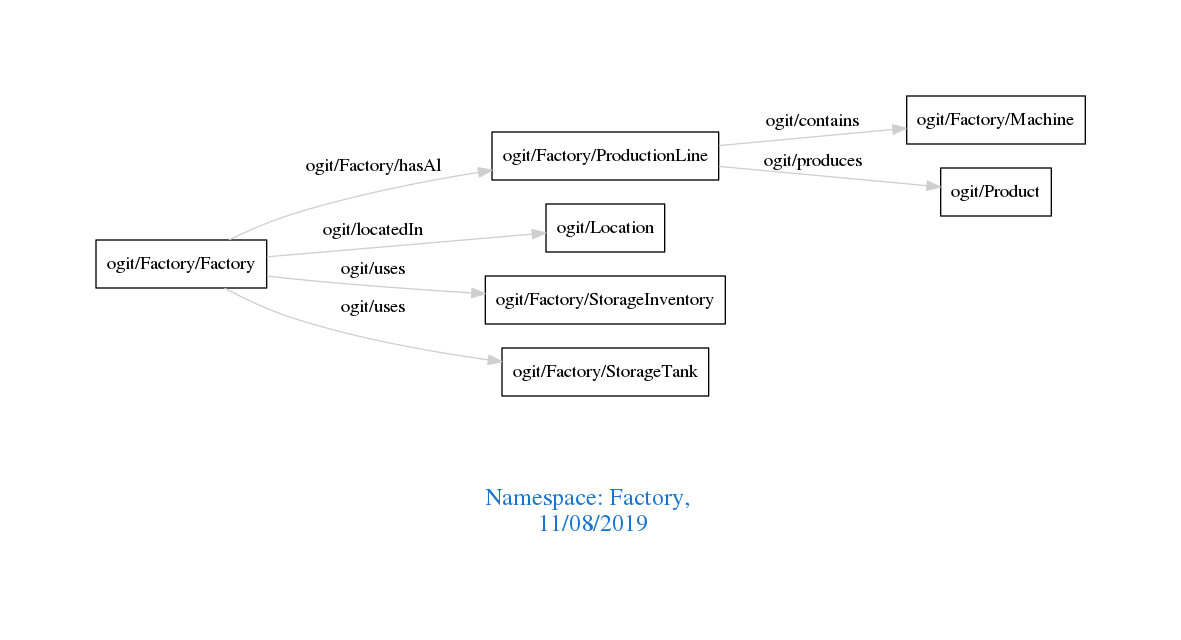
This is downloads/Factory.png from arago/OGIT, a Graphviz export, as it was before one commit. Its source is kept beside it as downloads/Factory.dot.
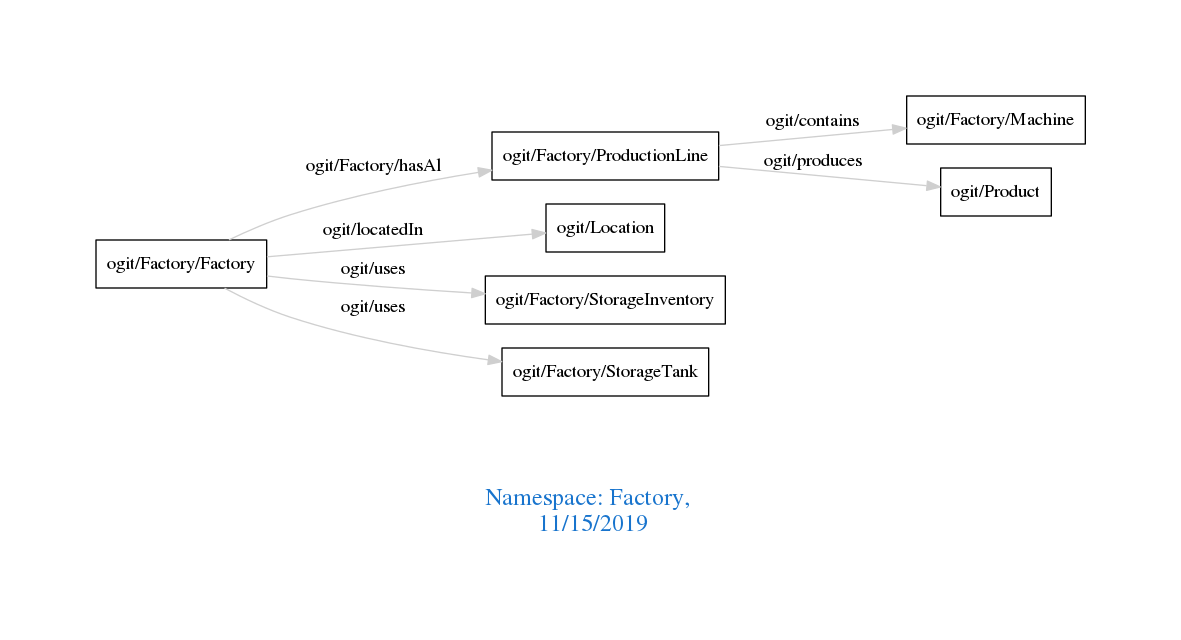
The same diagram one commit later.

The edit, as a diff of the source:
```diff
@@ -1,7 +1,7 @@
 digraph OGIT_ontology {
  graph [ rankdir= LR,pad=1
 fontsize = 18,
-fontcolor= dodgerblue3,label = "\n\n\nNamespace: Factory, \n 11/08/2019"];
+fontcolor= dodgerblue3,label = "\n\n\nNamespace: Factory, \n 11/15/2019"];
 node[shape=polygon];
 edge [  color="gray81"];
 
```
